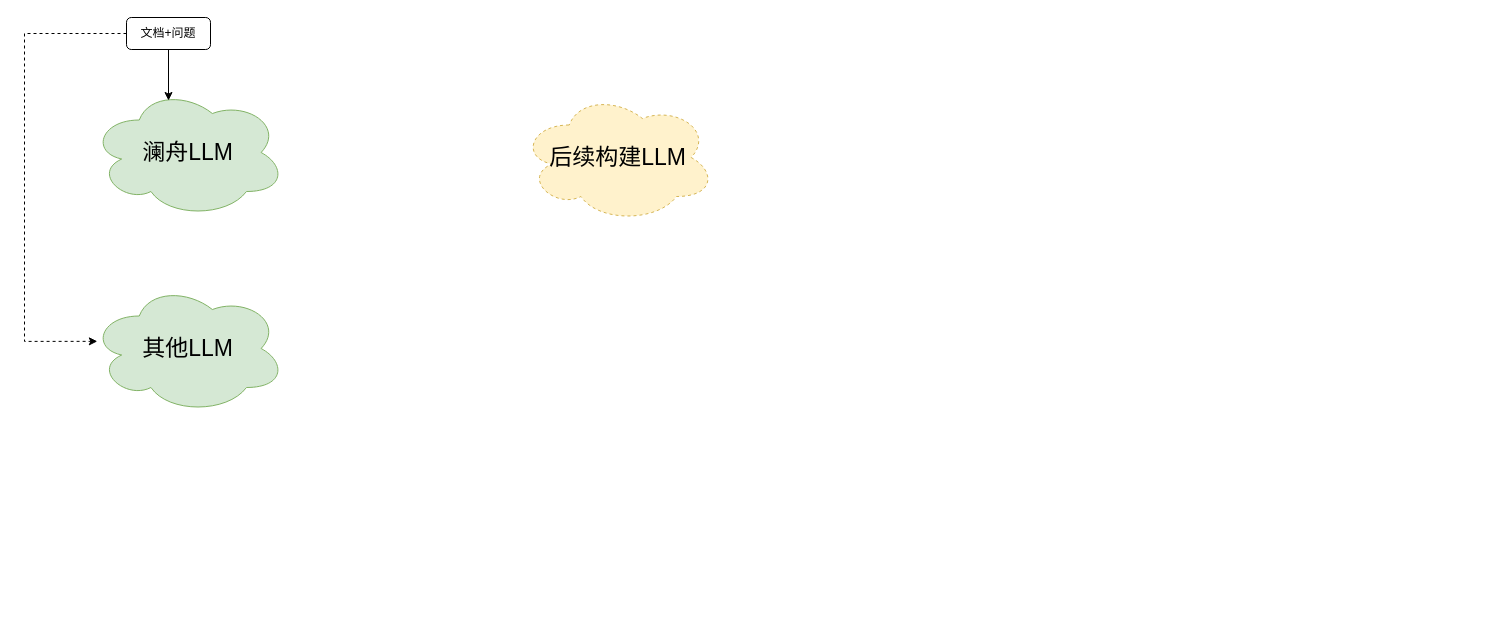
This is 实习-澜舟流程图.drawio from ZYNsama666/BackUp, a draw.io file, before an edit. Source tidied: cells renumbered, new cells numbered last; positions are measured from the earlier drawing's top-left corner, leaving out a move shared by most shapes. Both pictures are drawn from the tidied source at 100%, with x=0, y=0 at pixel (24, 17).
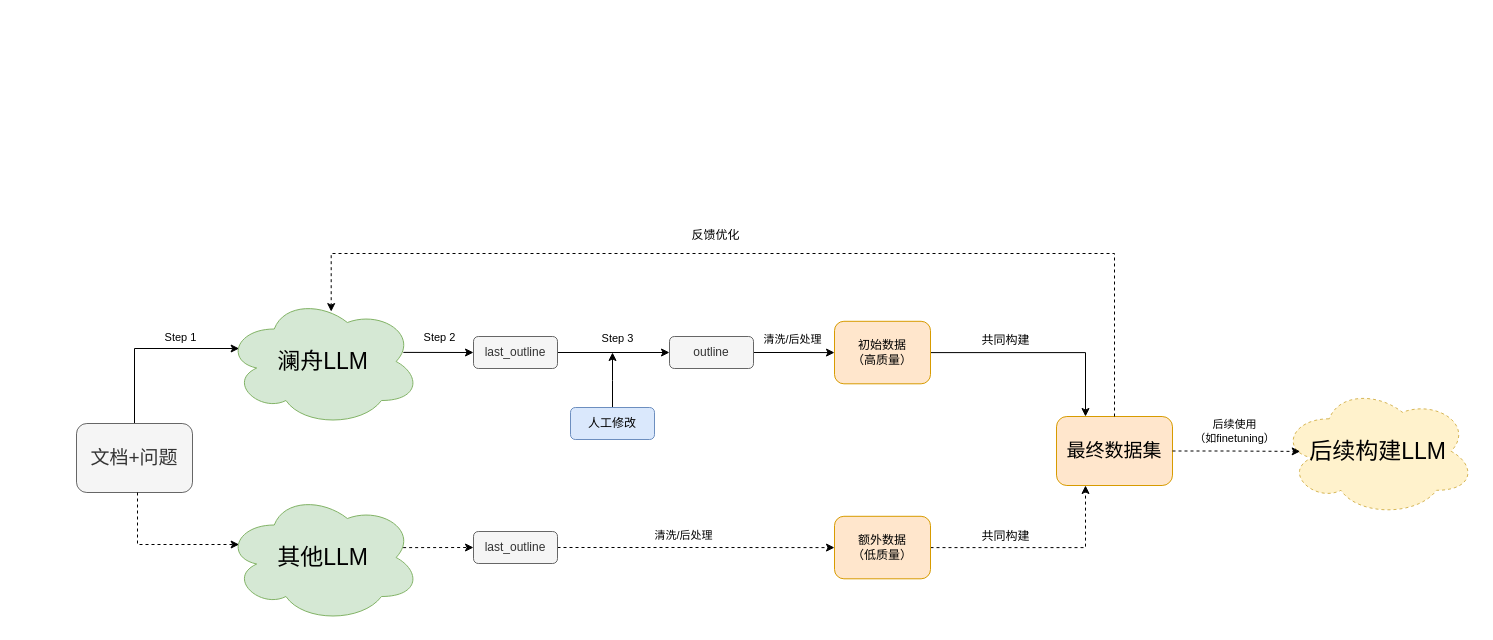
After the change.

Commit message:
更新实习-澜舟流程图.drawio

What changed in the source:
```diff
@@
     <mxCell id="2" value="&lt;font style=&quot;font-size: 23px;&quot;&gt;澜舟LLM&lt;/font&gt;" style="ellipse;shape=cloud;whiteSpace=wrap;html=1;fillColor=#d5e8d4;strokeColor=#82b366;" parent="1" vertex="1">
-      <mxGeometry x="66" y="70" width="195" height="130" as="geometry" />
+      <mxGeometry x="201" y="279" width="195" height="130" as="geometry" />
     </mxCell>
-    <mxCell id="3" value="文档+问题" style="rounded=1;whiteSpace=wrap;html=1;" parent="1" vertex="1">
-      <mxGeometry x="102" width="84" height="32" as="geometry" />
-    </mxCell>
     <mxCell id="4" value="&lt;font style=&quot;font-size: 23px;&quot;&gt;后续构建LLM&lt;/font&gt;" style="ellipse;shape=cloud;whiteSpace=wrap;html=1;fillColor=#fff2cc;strokeColor=#d6b656;dashed=1;" parent="1" vertex="1">
-      <mxGeometry x="496" y="75" width="195" height="130" as="geometry" />
+      <mxGeometry x="1256" y="368.8" width="195" height="130" as="geometry" />
     </mxCell>
-    <mxCell id="5" style="edgeStyle=orthogonalEdgeStyle;rounded=0;jettySize=auto;html=1;entryX=0.4;entryY=0.1;entryDx=0;entryDy=0;entryPerimeter=0;" parent="1" edge="1" source="3" target="2">
-      <mxGeometry relative="1" as="geometry" />
+    <mxCell id="5" style="edgeStyle=orthogonalEdgeStyle;rounded=0;jettySize=auto;html=1;entryX=0.07;entryY=0.4;entryDx=0;entryDy=0;entryPerimeter=0;exitX=0.5;exitY=0;exitDx=0;exitDy=0;" parent="1" edge="1" source="3" target="2">
+      <mxGeometry relative="1" as="geometry">
+        <Array as="points">
+          <mxPoint x="110" y="331" />
+        </Array>
+      </mxGeometry>
     </mxCell>
+    <mxCell id="8" value="Step 1&lt;br&gt;" style="edgeLabel;html=1;align=center;verticalAlign=middle;" parent="5" vertex="1">
+      <mxGeometry x="-0.42" y="2" relative="1" as="geometry">
+        <mxPoint x="47" y="-35" as="offset" />
+      </mxGeometry>
+    </mxCell>
     <mxCell id="6" value="&lt;font style=&quot;font-size: 23px;&quot;&gt;其他LLM&lt;/font&gt;" style="ellipse;shape=cloud;whiteSpace=wrap;html=1;fillColor=#d5e8d4;strokeColor=#82b366;" parent="1" vertex="1">
-      <mxGeometry x="66" y="266" width="195" height="130" as="geometry" />
+      <mxGeometry x="201" y="475" width="195" height="130" as="geometry" />
     </mxCell>
+    <mxCell id="9" style="edgeStyle=orthogonalEdgeStyle;rounded=0;jettySize=auto;html=1;" parent="1" edge="1" source="10" target="15">
+      <mxGeometry relative="1" as="geometry" />
+    </mxCell>
+    <mxCell id="10" value="last_outline" style="rounded=1;whiteSpace=wrap;html=1;fillColor=#f5f5f5;fontColor=#333333;strokeColor=#666666;" parent="1" vertex="1">
+      <mxGeometry x="449" y="319" width="84" height="32" as="geometry" />
+    </mxCell>
+    <mxCell id="11" style="edgeStyle=orthogonalEdgeStyle;rounded=0;jettySize=auto;html=1;" parent="1" edge="1" source="12">
+      <mxGeometry relative="1" as="geometry">
+        <mxPoint x="588" y="335" as="targetPoint" />
+      </mxGeometry>
+    </mxCell>
+    <mxCell id="12" value="人工修改" style="rounded=1;whiteSpace=wrap;html=1;fillColor=#dae8fc;strokeColor=#6c8ebf;" parent="1" vertex="1">
+      <mxGeometry x="546" y="390" width="84" height="32" as="geometry" />
+    </mxCell>
+    <mxCell id="13" style="edgeStyle=orthogonalEdgeStyle;rounded=0;jettySize=auto;html=1;" parent="1" edge="1" source="15" target="19">
+      <mxGeometry relative="1" as="geometry" />
+    </mxCell>
+    <mxCell id="14" value="清洗/后处理&lt;br&gt;" style="edgeLabel;html=1;align=center;verticalAlign=middle;" parent="13" vertex="1">
+      <mxGeometry x="-0.04" y="-2" relative="1" as="geometry">
+        <mxPoint x="-1" y="-16" as="offset" />
+      </mxGeometry>
+    </mxCell>
+    <mxCell id="15" value="outline" style="rounded=1;whiteSpace=wrap;html=1;fillColor=#f5f5f5;fontColor=#333333;strokeColor=#666666;" parent="1" vertex="1">
+      <mxGeometry x="645" y="319" width="84" height="32" as="geometry" />
+    </mxCell>
+    <mxCell id="16" value="&lt;font style=&quot;font-size: 19px;&quot;&gt;最终数据集&lt;/font&gt;" style="rounded=1;whiteSpace=wrap;html=1;fillColor=#ffe6cc;strokeColor=#d79b00;" parent="1" vertex="1">
+      <mxGeometry x="1032" y="399" width="116" height="69" as="geometry" />
+    </mxCell>
+    <mxCell id="17" value="Step 3" style="edgeLabel;html=1;align=center;verticalAlign=middle;" parent="1" vertex="1">
+      <mxGeometry x="524" y="373" as="geometry">
+        <mxPoint x="68" y="-53" as="offset" />
+      </mxGeometry>
+    </mxCell>
+    <mxCell id="3" value="&lt;font style=&quot;font-size: 19px;&quot;&gt;文档+问题&lt;/font&gt;" style="rounded=1;whiteSpace=wrap;html=1;fillColor=#f5f5f5;strokeColor=#666666;fontColor=#333333;" parent="1" vertex="1">
+      <mxGeometry x="52" y="406" width="116" height="69" as="geometry" />
+    </mxCell>
-    <mxCell id="7" style="edgeStyle=orthogonalEdgeStyle;rounded=0;jettySize=auto;html=1;entryX=0.035;entryY=0.445;entryDx=0;entryDy=0;entryPerimeter=0;dashed=1;" parent="1" edge="1" source="3" target="6">
+    <mxCell id="7" style="edgeStyle=orthogonalEdgeStyle;rounded=0;jettySize=auto;html=1;entryX=0.07;entryY=0.4;entryDx=0;entryDy=0;entryPerimeter=0;dashed=1;" parent="1" edge="1" source="3" target="6">
       <mxGeometry relative="1" as="geometry">
         <Array as="points">
-          <mxPoint y="16" />
-          <mxPoint y="324" />
+          <mxPoint x="113" y="527" />
         </Array>
       </mxGeometry>
     </mxCell>
+    <mxCell id="18" style="edgeStyle=orthogonalEdgeStyle;rounded=0;jettySize=auto;html=1;entryX=0.25;entryY=0;entryDx=0;entryDy=0;" parent="1" edge="1" source="19" target="16">
+      <mxGeometry relative="1" as="geometry" />
+    </mxCell>
+    <mxCell id="19" value="&lt;font style=&quot;font-size: 12px;&quot;&gt;初始数据&lt;br&gt;（高质量）&lt;br&gt;&lt;/font&gt;" style="rounded=1;whiteSpace=wrap;html=1;fillColor=#ffe6cc;strokeColor=#d79b00;" parent="1" vertex="1">
+      <mxGeometry x="810" y="303.8" width="96" height="62.5" as="geometry" />
+    </mxCell>
+    <mxCell id="20" value="Step 2" style="edgeLabel;html=1;align=center;verticalAlign=middle;" parent="1" vertex="1">
+      <mxGeometry x="414" y="319" as="geometry" />
+    </mxCell>
+    <mxCell id="21" value="后续使用&lt;br&gt;（如finetuning）" style="edgeLabel;html=1;align=center;verticalAlign=middle;" parent="1" vertex="1">
+      <mxGeometry x="1060" y="351" as="geometry">
+        <mxPoint x="149" y="62" as="offset" />
+      </mxGeometry>
+    </mxCell>
+    <mxCell id="22" style="edgeStyle=orthogonalEdgeStyle;rounded=0;jettySize=auto;html=1;dashed=1;" parent="1" edge="1" source="23" target="27">
+      <mxGeometry relative="1" as="geometry" />
+    </mxCell>
+    <mxCell id="23" value="last_outline" style="rounded=1;whiteSpace=wrap;html=1;fillColor=#f5f5f5;fontColor=#333333;strokeColor=#666666;" parent="1" vertex="1">
+      <mxGeometry x="449" y="514" width="84" height="32" as="geometry" />
+    </mxCell>
+    <mxCell id="24" style="endArrow=classic;html=1;rounded=0;exitX=0.911;exitY=0.424;exitDx=0;exitDy=0;exitPerimeter=0;entryX=0;entryY=0.5;entryDx=0;entryDy=0;dashed=1;" parent="1" edge="1" source="6" target="23">
+      <mxGeometry relative="1" as="geometry" />
+    </mxCell>
+    <mxCell id="25" style="endArrow=classic;html=1;rounded=0;exitX=0.912;exitY=0.43;exitDx=0;exitDy=0;exitPerimeter=0;entryX=0;entryY=0.5;entryDx=0;entryDy=0;" parent="1" edge="1" source="2" target="10">
+      <mxGeometry relative="1" as="geometry" />
+    </mxCell>
+    <mxCell id="26" style="edgeStyle=orthogonalEdgeStyle;rounded=0;jettySize=auto;html=1;entryX=0.25;entryY=1;entryDx=0;entryDy=0;dashed=1;" parent="1" edge="1" source="27" target="16">
+      <mxGeometry relative="1" as="geometry" />
+    </mxCell>
+    <mxCell id="27" value="额外数据&lt;br style=&quot;border-color: var(--border-color);&quot;&gt;（低质量）" style="rounded=1;whiteSpace=wrap;html=1;fillColor=#ffe6cc;strokeColor=#d79b00;" parent="1" vertex="1">
+      <mxGeometry x="810" y="498.8" width="96" height="62.5" as="geometry" />
+    </mxCell>
+    <mxCell id="28" value="清洗/后处理&lt;br&gt;" style="edgeLabel;html=1;align=center;verticalAlign=middle;" parent="1" vertex="1">
+      <mxGeometry x="910" y="347" as="geometry">
+        <mxPoint x="-252" y="170" as="offset" />
+      </mxGeometry>
+    </mxCell>
+    <mxCell id="29" value="共同构建" style="text;html=1;align=center;verticalAlign=middle;strokeColor=none;fillColor=none;" parent="1" vertex="1">
+      <mxGeometry x="948" y="310" width="66" height="26" as="geometry" />
+    </mxCell>
+    <mxCell id="30" value="共同构建" style="text;html=1;align=center;verticalAlign=middle;strokeColor=none;fillColor=none;" parent="1" vertex="1">
+      <mxGeometry x="948" y="506" width="66" height="26" as="geometry" />
+    </mxCell>
+    <mxCell id="31" style="edgeStyle=orthogonalEdgeStyle;rounded=0;jettySize=auto;html=1;entryX=0.101;entryY=0.501;entryDx=0;entryDy=0;entryPerimeter=0;dashed=1;" parent="1" edge="1" source="16" target="4">
+      <mxGeometry relative="1" as="geometry" />
+    </mxCell>
+    <mxCell id="32" style="edgeStyle=orthogonalEdgeStyle;rounded=0;jettySize=auto;html=1;dashed=1;entryX=0.542;entryY=0.116;entryDx=0;entryDy=0;entryPerimeter=0;" parent="1" edge="1" source="16" target="2">
+      <mxGeometry relative="1" as="geometry">
+        <Array as="points">
+          <mxPoint x="1090" y="236" />
+          <mxPoint x="307" y="236" />
+        </Array>
+      </mxGeometry>
+    </mxCell>
+    <mxCell id="33" value="反馈优化" style="text;html=1;align=center;verticalAlign=middle;strokeColor=none;fillColor=none;" parent="1" vertex="1">
+      <mxGeometry x="658" y="205" width="66" height="26" as="geometry" />
+    </mxCell>
```
